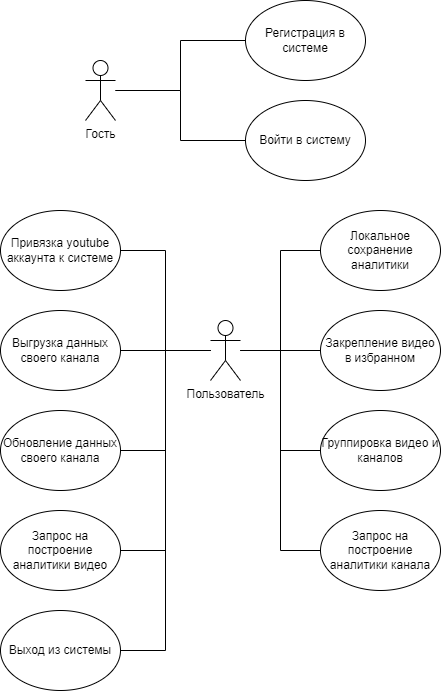
The draw.io diagram docs/images/UseCase.png in Hembos/YoutubeAnalytics, before a commit. Source tidied: cells renumbered, new cells last; positions are measured from the earlier drawing's top-left corner, leaving out a move shared by most shapes.
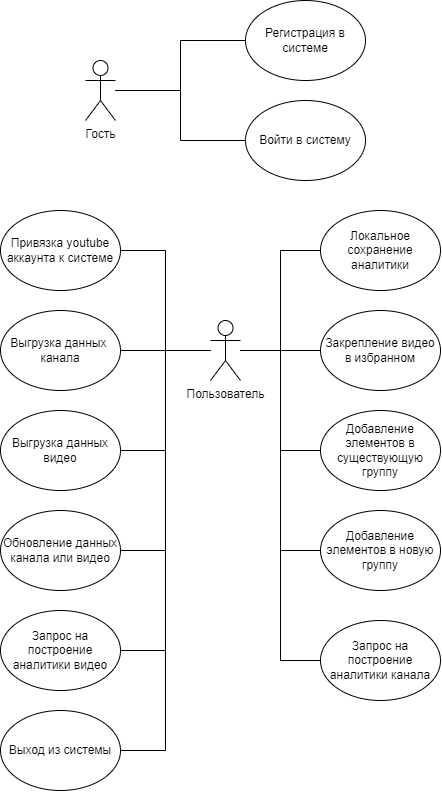
Later version of the same file.

What changed in the source:
```diff
@@ -14,12 +14,12 @@
     <mxCell id="5" style="edgeStyle=orthogonalEdgeStyle;rounded=0;jettySize=auto;html=1;entryX=1;entryY=0.5;entryDx=0;entryDy=0;endArrow=none;endFill=0;" parent="1" edge="1" source="14" target="22">
       <mxGeometry relative="1" as="geometry" />
     </mxCell>
-    <mxCell id="6" style="edgeStyle=orthogonalEdgeStyle;rounded=0;jettySize=auto;html=1;endArrow=none;endFill=0;" parent="1" edge="1" source="14" target="23">
-      <mxGeometry relative="1" as="geometry" />
-    </mxCell>
-    <mxCell id="7" style="edgeStyle=orthogonalEdgeStyle;rounded=0;jettySize=auto;html=1;entryX=1;entryY=0.5;entryDx=0;entryDy=0;endArrow=none;endFill=0;" parent="1" edge="1" source="14" target="16">
-      <mxGeometry relative="1" as="geometry" />
-    </mxCell>
+    <mxCell id="26" style="edgeStyle=orthogonalEdgeStyle;rounded=0;jettySize=auto;html=1;endArrow=none;endFill=0;" parent="1" edge="1" source="14" target="33">
+      <mxGeometry relative="1" as="geometry" />
+    </mxCell>
+    <mxCell id="27" style="edgeStyle=orthogonalEdgeStyle;rounded=0;jettySize=auto;html=1;entryX=1;entryY=0.5;entryDx=0;entryDy=0;endArrow=none;endFill=0;" parent="1" edge="1" source="14" target="31">
+      <mxGeometry relative="1" as="geometry" />
+    </mxCell>
     <mxCell id="8" style="edgeStyle=orthogonalEdgeStyle;rounded=0;jettySize=auto;html=1;entryX=1;entryY=0.5;entryDx=0;entryDy=0;endArrow=none;endFill=0;" parent="1" edge="1" source="14" target="18">
       <mxGeometry relative="1" as="geometry" />
     </mxCell>
@@ -29,33 +29,39 @@
     <mxCell id="10" style="edgeStyle=orthogonalEdgeStyle;rounded=0;jettySize=auto;html=1;entryX=0;entryY=0.5;entryDx=0;entryDy=0;endArrow=none;endFill=0;" parent="1" edge="1" source="14" target="20">
       <mxGeometry relative="1" as="geometry" />
     </mxCell>
-    <mxCell id="11" style="edgeStyle=orthogonalEdgeStyle;rounded=0;jettySize=auto;html=1;entryX=0;entryY=0.5;entryDx=0;entryDy=0;endArrow=none;endFill=0;" parent="1" edge="1" source="14" target="19">
-      <mxGeometry relative="1" as="geometry" />
-    </mxCell>
+    <mxCell id="28" style="edgeStyle=orthogonalEdgeStyle;rounded=0;jettySize=auto;html=1;entryX=0;entryY=0.5;entryDx=0;entryDy=0;endArrow=none;endFill=0;" parent="1" edge="1" source="14" target="32">
+      <mxGeometry relative="1" as="geometry" />
+    </mxCell>
     <mxCell id="12" style="edgeStyle=orthogonalEdgeStyle;rounded=0;jettySize=auto;html=1;entryX=0;entryY=0.5;entryDx=0;entryDy=0;endArrow=none;endFill=0;" parent="1" edge="1" source="14" target="24">
       <mxGeometry relative="1" as="geometry" />
     </mxCell>
     <mxCell id="13" style="edgeStyle=orthogonalEdgeStyle;rounded=0;jettySize=auto;html=1;entryX=1;entryY=0.5;entryDx=0;entryDy=0;endArrow=none;endFill=0;" parent="1" edge="1" source="14" target="25">
       <mxGeometry relative="1" as="geometry" />
     </mxCell>
+    <mxCell id="29" style="edgeStyle=orthogonalEdgeStyle;rounded=0;jettySize=auto;html=1;entryX=1;entryY=0.5;entryDx=0;entryDy=0;endArrow=none;endFill=0;" parent="1" edge="1" source="14" target="34">
+      <mxGeometry relative="1" as="geometry" />
+    </mxCell>
+    <mxCell id="30" style="edgeStyle=orthogonalEdgeStyle;rounded=0;jettySize=auto;html=1;entryX=0;entryY=0.5;entryDx=0;entryDy=0;endArrow=none;endFill=0;" parent="1" edge="1" source="14" target="35">
+      <mxGeometry relative="1" as="geometry" />
+    </mxCell>
     <mxCell id="14" value="Пользователь" style="shape=umlActor;verticalLabelPosition=bottom;verticalAlign=top;html=1;outlineConnect=0;" parent="1" vertex="1">
       <mxGeometry x="210" y="320" width="30" height="60" as="geometry" />
     </mxCell>
     <mxCell id="15" value="Регистрация в системе" style="ellipse;whiteSpace=wrap;html=1;" parent="1" vertex="1">
       <mxGeometry x="245" width="120" height="80" as="geometry" />
     </mxCell>
-    <mxCell id="16" value="Обновление данных своего канала" style="ellipse;whiteSpace=wrap;html=1;" parent="1" vertex="1">
-      <mxGeometry y="410" width="120" height="80" as="geometry" />
-    </mxCell>
+    <mxCell id="31" value="Обновление данных канала или видео" style="ellipse;whiteSpace=wrap;html=1;" parent="1" vertex="1">
+      <mxGeometry y="510" width="120" height="80" as="geometry" />
+    </mxCell>
     <mxCell id="17" value="Локальное сохранение аналитики" style="ellipse;whiteSpace=wrap;html=1;" parent="1" vertex="1">
       <mxGeometry x="320" y="210" width="120" height="80" as="geometry" />
     </mxCell>
     <mxCell id="18" value="Запрос на построение аналитики видео" style="ellipse;whiteSpace=wrap;html=1;" parent="1" vertex="1">
-      <mxGeometry y="510" width="120" height="80" as="geometry" />
+      <mxGeometry y="610" width="120" height="80" as="geometry" />
     </mxCell>
-    <mxCell id="19" value="Группировка видео и каналов" style="ellipse;whiteSpace=wrap;html=1;" parent="1" vertex="1">
-      <mxGeometry x="320" y="410" width="120" height="80" as="geometry" />
-    </mxCell>
+    <mxCell id="32" value="Добавление элементов в существующую группу" style="ellipse;whiteSpace=wrap;html=1;" parent="1" vertex="1">
+      <mxGeometry x="320" y="410" width="120" height="80" as="geometry" />
+    </mxCell>
     <mxCell id="20" value="Закрепление видео в избранном" style="ellipse;whiteSpace=wrap;html=1;" parent="1" vertex="1">
       <mxGeometry x="320" y="310" width="120" height="80" as="geometry" />
     </mxCell>
@@ -65,14 +71,20 @@
     <mxCell id="22" value="Привязка youtube аккаунта к системе" style="ellipse;whiteSpace=wrap;html=1;" parent="1" vertex="1">
       <mxGeometry y="210" width="120" height="80" as="geometry" />
     </mxCell>
-    <mxCell id="23" value="Выгрузка данных своего канала" style="ellipse;whiteSpace=wrap;html=1;" parent="1" vertex="1">
-      <mxGeometry y="310" width="120" height="80" as="geometry" />
-    </mxCell>
+    <mxCell id="33" value="Выгрузка данных&amp;nbsp; канала" style="ellipse;whiteSpace=wrap;html=1;" parent="1" vertex="1">
+      <mxGeometry y="310" width="120" height="80" as="geometry" />
+    </mxCell>
     <mxCell id="24" value="Запрос на построение аналитики канала" style="ellipse;whiteSpace=wrap;html=1;" parent="1" vertex="1">
-      <mxGeometry x="320" y="510" width="120" height="80" as="geometry" />
+      <mxGeometry x="320" y="620" width="120" height="80" as="geometry" />
     </mxCell>
     <mxCell id="25" value="Выход из системы" style="ellipse;whiteSpace=wrap;html=1;" parent="1" vertex="1">
-      <mxGeometry y="610" width="120" height="80" as="geometry" />
+      <mxGeometry y="710" width="120" height="80" as="geometry" />
     </mxCell>
+    <mxCell id="34" value="Выгрузка данных видео" style="ellipse;whiteSpace=wrap;html=1;" parent="1" vertex="1">
+      <mxGeometry y="410" width="120" height="80" as="geometry" />
+    </mxCell>
+    <mxCell id="35" value="Добавление элементов в новую группу" style="ellipse;whiteSpace=wrap;html=1;" parent="1" vertex="1">
+      <mxGeometry x="320" y="510" width="120" height="80" as="geometry" />
+    </mxCell>
   </root>
 </mxGraphModel>
```
